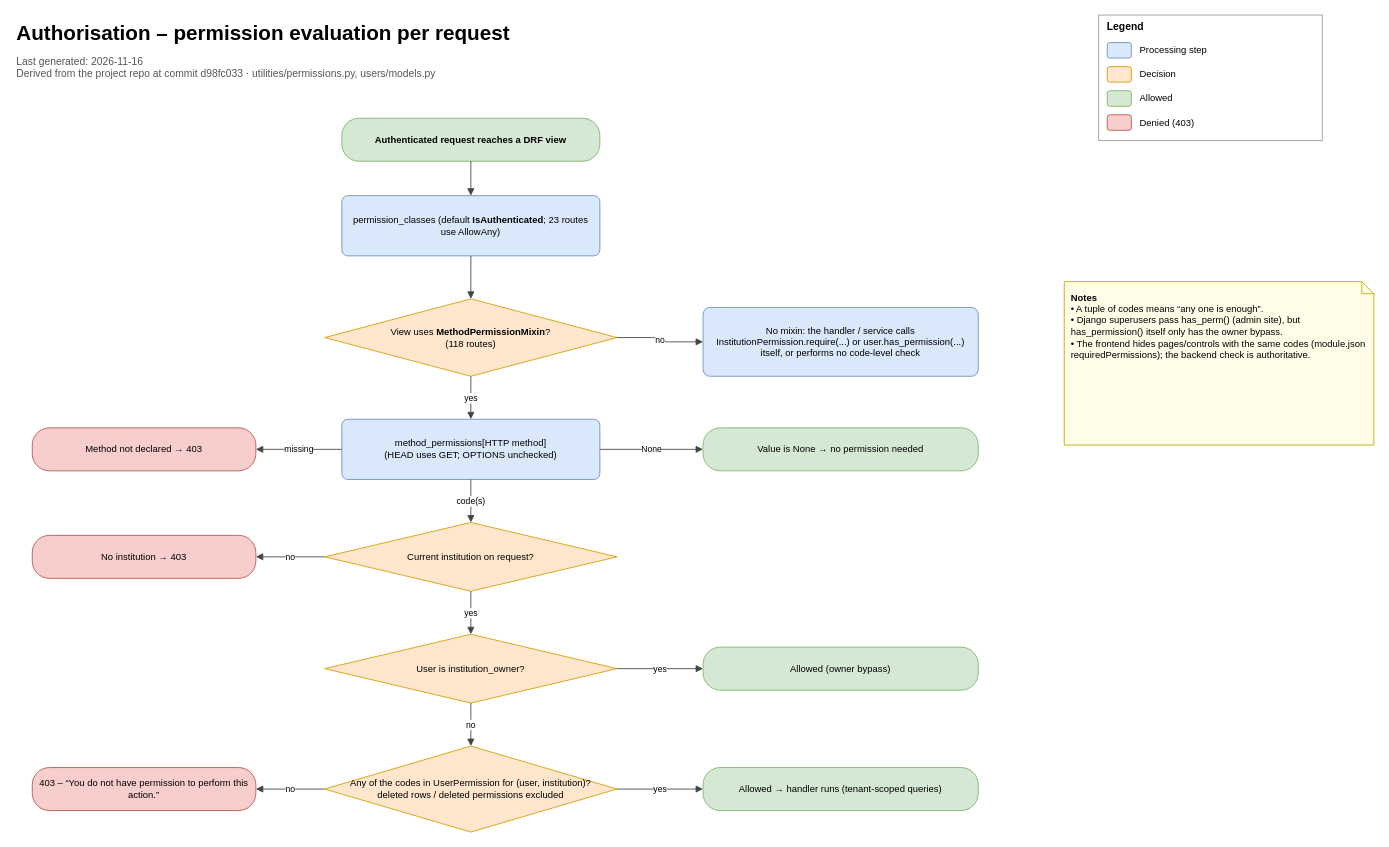
This is page "Permission evaluation" (3 of 3) of security/auth-rbac.drawio from emmabaisoft/TASKMANAGEMENT-SYSTEM-DESIGN, a draw.io file, before an edit. Source tidied: cells renumbered, new cells numbered last; positions are measured from the earlier drawing's top-left corner, leaving out a move shared by most shapes. Both pictures are drawn from the tidied source at 86%, with x=0, y=0 at pixel (15, 15).
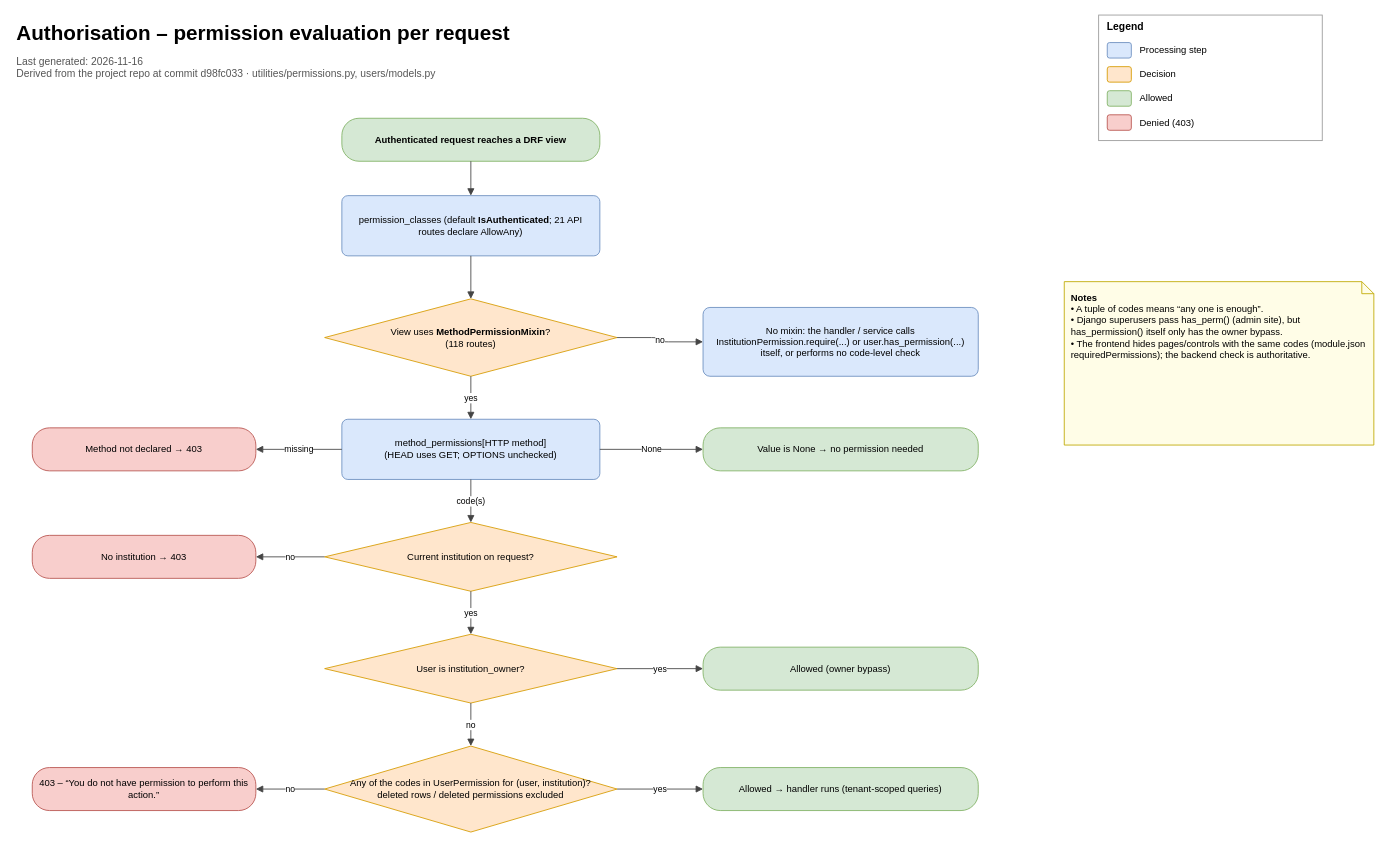
After the change.

The edit, as a diff of the source:
```diff
@@
-    <mxCell id="14" value="permission_classes (default &lt;b&gt;IsAuthenticated&lt;/b&gt;; 23 routes use AllowAny)" style="rounded=1;arcSize=10;whiteSpace=wrap;html=1;spacing=6;fontSize=11;fillColor=#dae8fc;strokeColor=#6c8ebf;fontColor=#000000;" parent="1" vertex="1">
+    <mxCell id="14" value="permission_classes (default &lt;b&gt;IsAuthenticated&lt;/b&gt;; 21 API routes declare AllowAny)" style="rounded=1;arcSize=10;whiteSpace=wrap;html=1;spacing=6;fontSize=11;fillColor=#dae8fc;strokeColor=#6c8ebf;fontColor=#000000;" parent="1" vertex="1">
       <mxGeometry x="380" y="210" width="300" height="70" as="geometry" />
     </mxCell>
```
